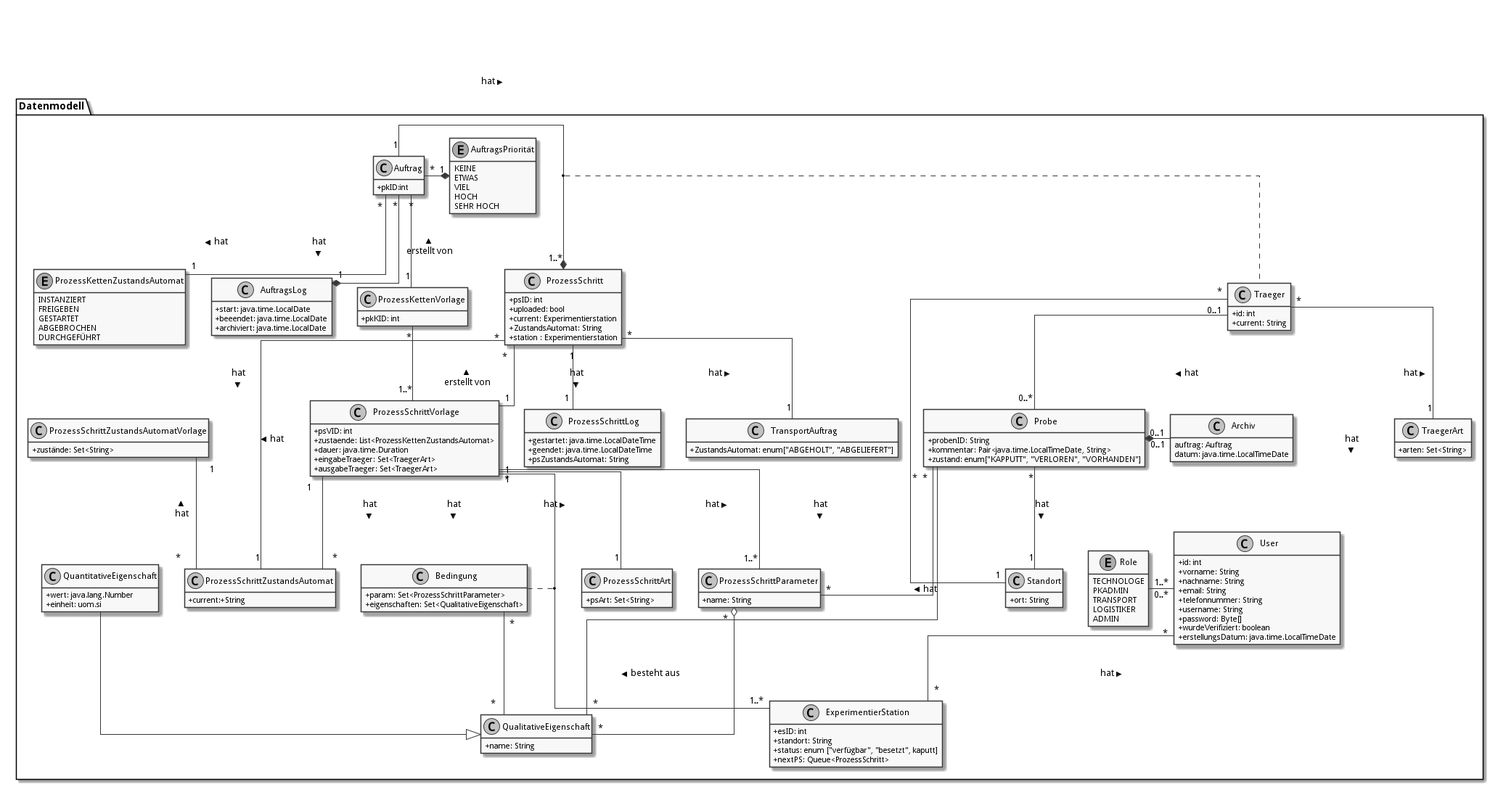
fkehlenb/softwareprojekt-2 keeps this PlantUML diagram as doc/UML/datenModel.png. Above is the earlier version.
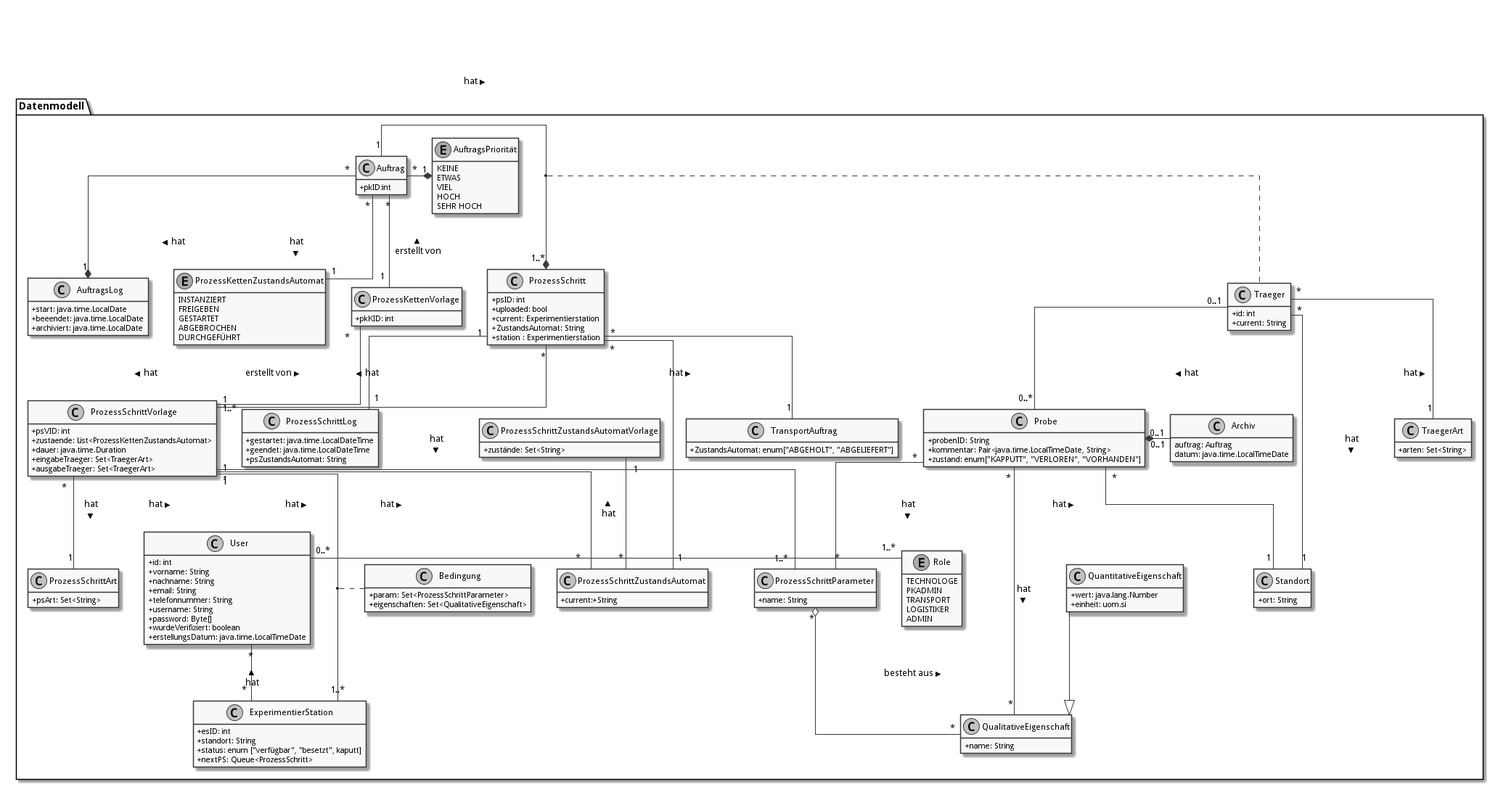
After the change.

Commit message:
quale bed löschen

The edit, as a diff of the source:
```diff
@@ -184,8 +184,6 @@
 
   pkV "*" -- "1..*" psV: hat >
 
-  Bedingung  "*" -- "*" qualE
-
 
   Probe "0..1" *- "0..1" Archiv
   Probe "*" -- "1" Standort: hat >
```
